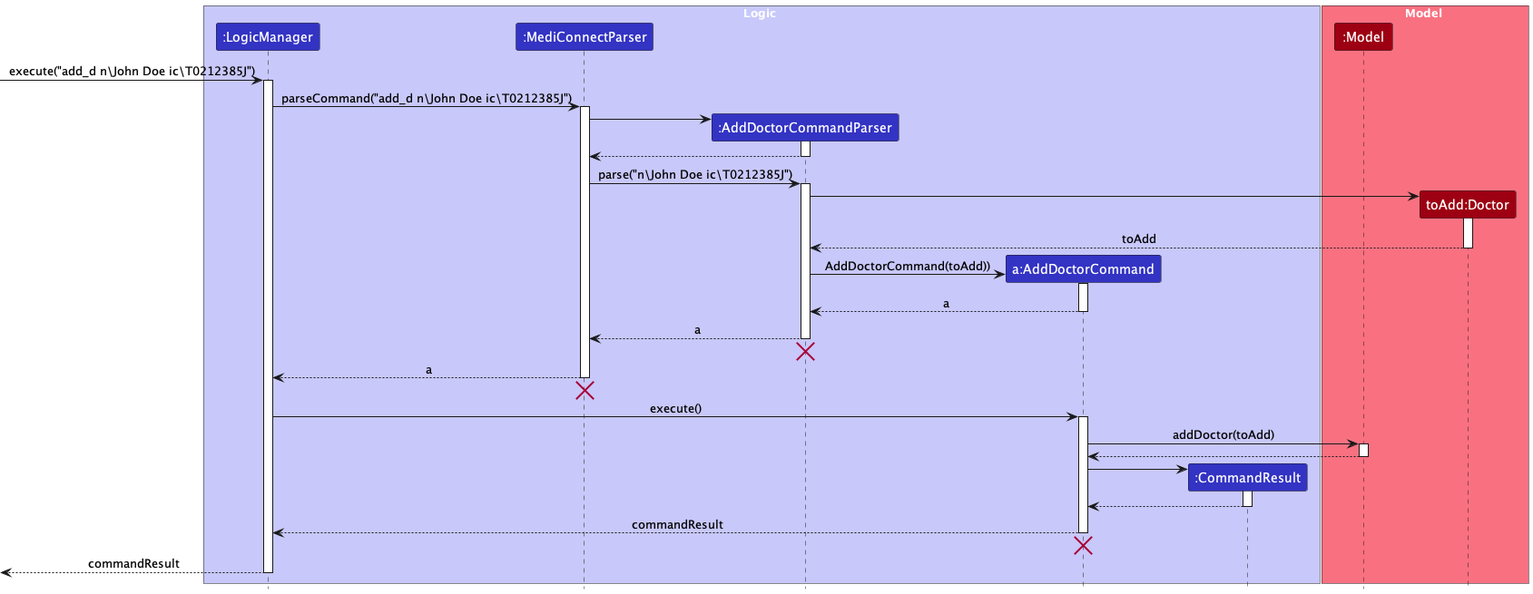
yanghengtang/tp keeps this PlantUML diagram as docs/images/AddDoctorSequenceDiagram.png. Above is the earlier version. Its diagram source:
```plantuml
@startuml
!include ../style.puml
skinparam ArrowFontStyle plain

box Logic LOGIC_COLOR_T1
participant ":LogicManager" as LogicManager LOGIC_COLOR
participant ":MediConnectParser" as MediConnectParser LOGIC_COLOR
participant ":AddDoctorCommandParser" as AddDoctorCommandParser LOGIC_COLOR
participant "a:AddDoctorCommand" as AddDoctorCommand LOGIC_COLOR
participant ":CommandResult" as CommandResult LOGIC_COLOR
end box

box Model MODEL_COLOR_T1
participant ":Model" as Model MODEL_COLOR
participant "toAdd:Doctor" as Doctor MODEL_COLOR
end box

[-> LogicManager : execute("add_d n\John Doe ic\T0212385J")
activate LogicManager

LogicManager -> MediConnectParser : parseCommand("add_d n\John Doe ic\T0212385J")
activate MediConnectParser

create AddDoctorCommandParser
MediConnectParser -> AddDoctorCommandParser
activate AddDoctorCommandParser

AddDoctorCommandParser --> MediConnectParser
deactivate AddDoctorCommandParser

MediConnectParser -> AddDoctorCommandParser : parse("n\John Doe ic\T0212385J")
activate AddDoctorCommandParser

create Doctor
AddDoctorCommandParser -> Doctor
activate Doctor

Doctor --> AddDoctorCommandParser : toAdd
deactivate

create AddDoctorCommand
AddDoctorCommandParser -> AddDoctorCommand : AddDoctorCommand(toAdd))
activate AddDoctorCommand

AddDoctorCommand --> AddDoctorCommandParser : a
deactivate AddDoctorCommand

AddDoctorCommandParser --> MediConnectParser : a
deactivate AddDoctorCommandParser
AddDoctorCommandParser -[hidden]-> MediConnectParser
destroy AddDoctorCommandParser

MediConnectParser --> LogicManager : a
deactivate MediConnectParser
MediConnectParser -[hidden]-> AddDoctorCommandParser
destroy MediConnectParser

LogicManager -> AddDoctorCommand : execute()
activate AddDoctorCommand

AddDoctorCommand -> Model : addDoctor(toAdd)
activate Model

Model --> AddDoctorCommand
deactivate Model

create CommandResult
AddDoctorCommand -> CommandResult
activate CommandResult

CommandResult --> AddDoctorCommand
deactivate CommandResult

AddDoctorCommand --> LogicManager : commandResult
deactivate AddDoctorCommand
AddDoctorCommand -[hidden]-> Model
destroy AddDoctorCommand

[<--LogicManager : commandResult
deactivate LogicManager
@enduml
```
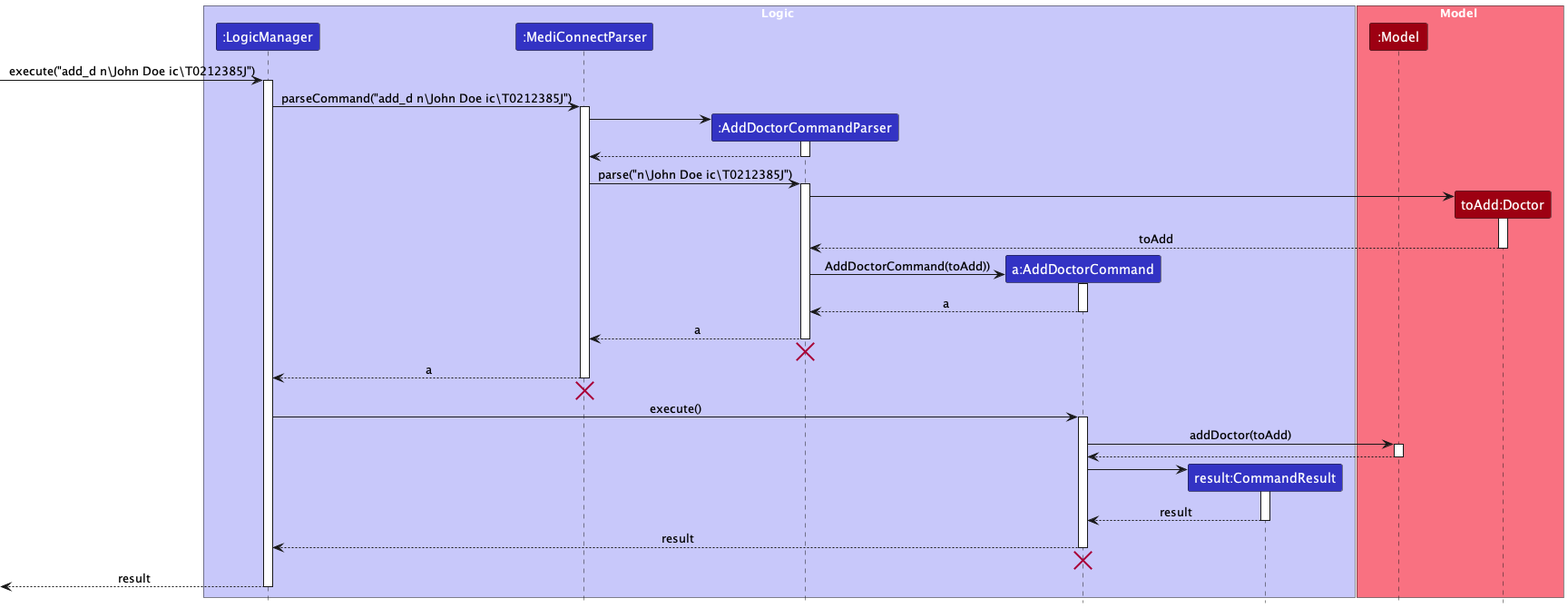
After the commit.

Commit message:
Update Add/delete sequence diagrams in dg

Change to the diagram source:
```diff
@@ -7,7 +7,7 @@
 participant ":MediConnectParser" as MediConnectParser LOGIC_COLOR
 participant ":AddDoctorCommandParser" as AddDoctorCommandParser LOGIC_COLOR
 participant "a:AddDoctorCommand" as AddDoctorCommand LOGIC_COLOR
-participant ":CommandResult" as CommandResult LOGIC_COLOR
+participant "result:CommandResult" as CommandResult LOGIC_COLOR
 end box
 
 box Model MODEL_COLOR_T1
@@ -68,14 +68,14 @@
 AddDoctorCommand -> CommandResult
 activate CommandResult
 
-CommandResult --> AddDoctorCommand
+CommandResult --> AddDoctorCommand : result
 deactivate CommandResult
 
-AddDoctorCommand --> LogicManager : commandResult
+AddDoctorCommand --> LogicManager : result
 deactivate AddDoctorCommand
 AddDoctorCommand -[hidden]-> Model
 destroy AddDoctorCommand
 
-[<--LogicManager : commandResult
+[<--LogicManager : result
 deactivate LogicManager
 @enduml
```
